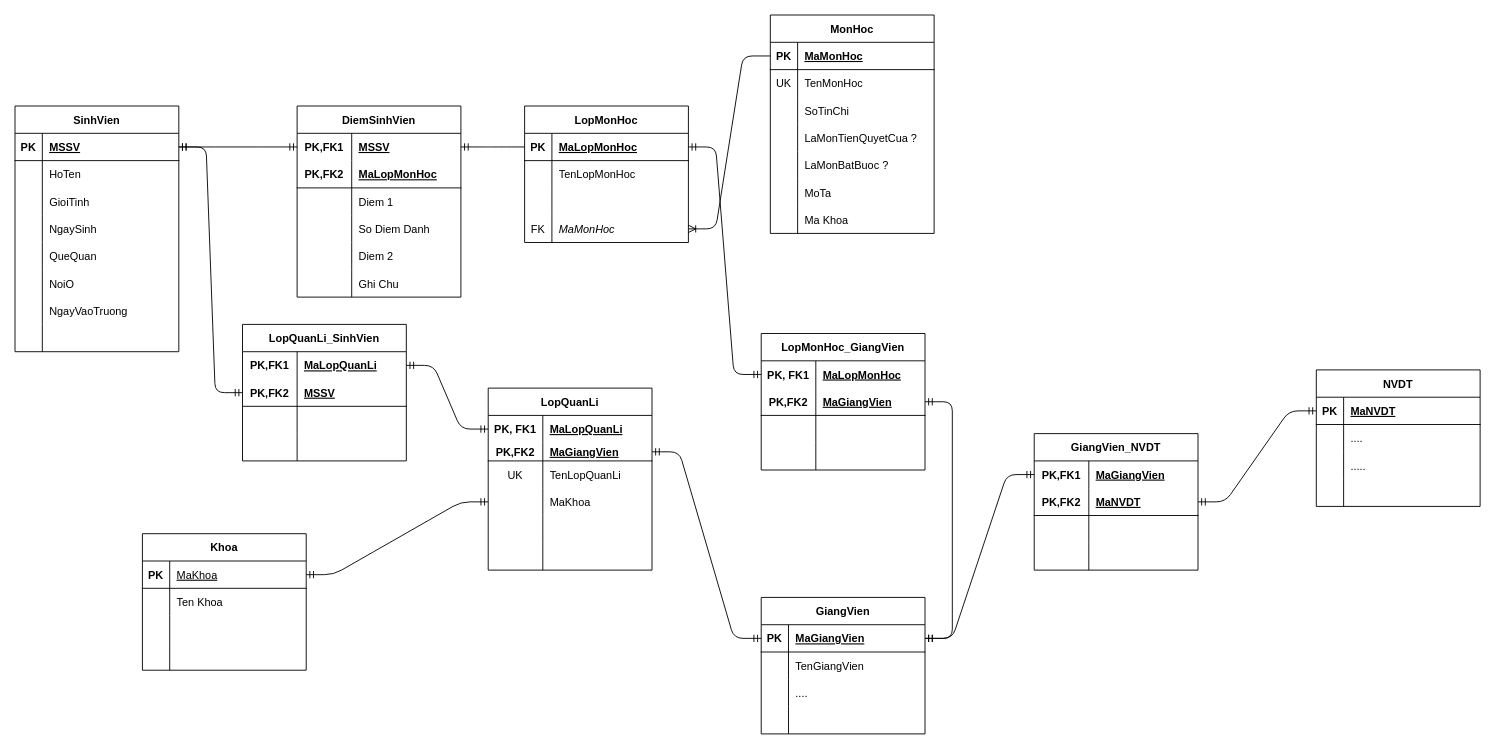
This is bảng_duy_ver2.drawio from duyhelloworld/project-oop, a draw.io file, before an edit. Source tidied: cells renumbered, new cells numbered last; positions are measured from the earlier drawing's top-left corner, leaving out a move shared by most shapes. Both pictures are drawn from the tidied source at 91%, with x=0, y=0 at pixel (15, 15).
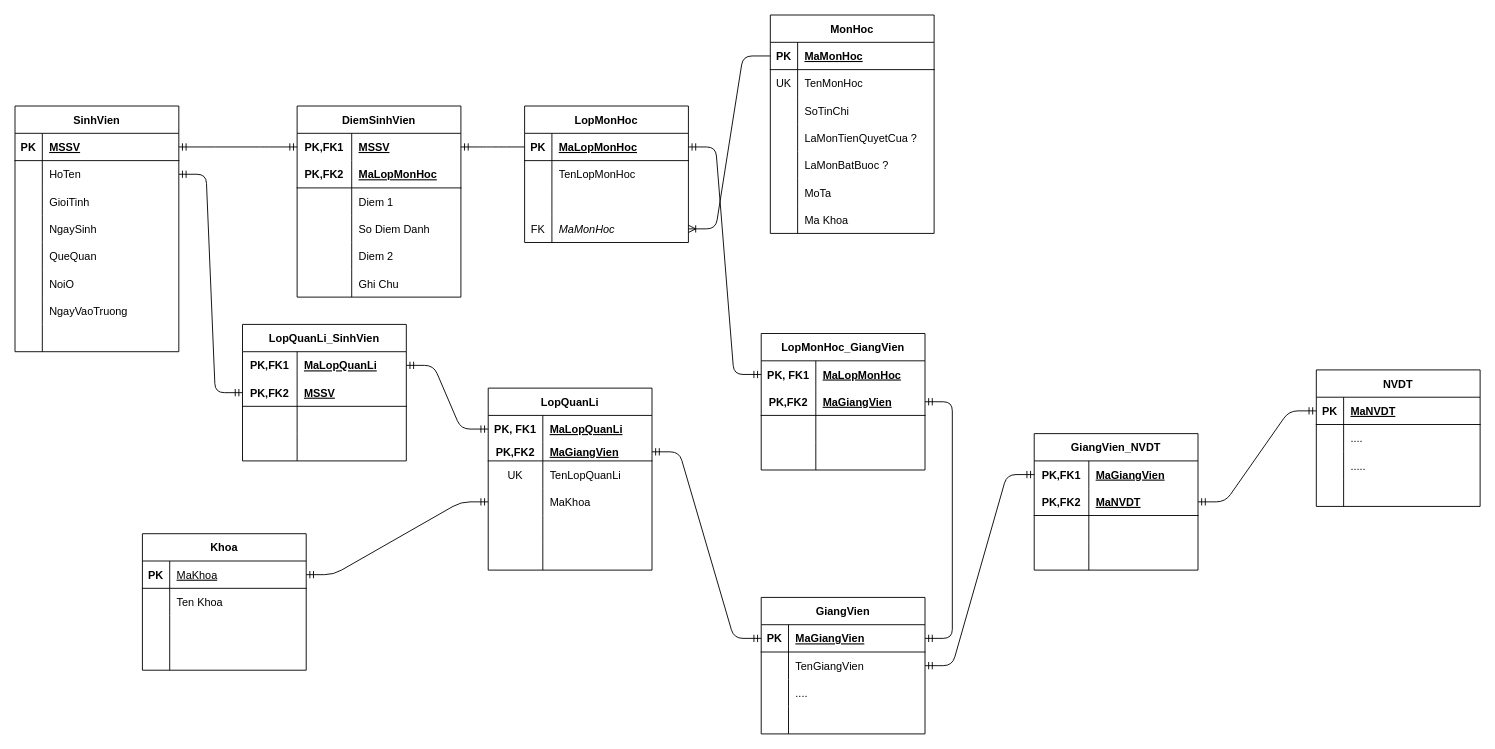
The same page after the edit.

The change refers to these unchanged cells:
```xml
<mxCell id="3" style="shape=tableRow;horizontal=0;startSize=0;swimlaneHead=0;swimlaneBody=0;fillColor=none;points=[[0,0.5],[1,0.5]];portConstraint=eastwest;top=0;left=0;right=0;bottom=1;" parent="2" vertex="1">
  <mxGeometry y="30" width="180" height="30" as="geometry" />
</mxCell>
<mxCell id="6" style="shape=tableRow;horizontal=0;startSize=0;swimlaneHead=0;swimlaneBody=0;fillColor=none;points=[[0,0.5],[1,0.5]];portConstraint=eastwest;top=0;left=0;right=0;bottom=0;" parent="2" vertex="1">
  <mxGeometry y="60" width="180" height="30" as="geometry" />
</mxCell>
<mxCell id="85" style="shape=tableRow;horizontal=0;startSize=0;swimlaneHead=0;swimlaneBody=0;fillColor=none;points=[[0,0.5],[1,0.5]];portConstraint=eastwest;top=0;left=0;right=0;bottom=1;" parent="84" vertex="1">
  <mxGeometry y="30" width="180" height="30" as="geometry" />
</mxCell>
<mxCell id="88" style="shape=tableRow;horizontal=0;startSize=0;swimlaneHead=0;swimlaneBody=0;fillColor=none;points=[[0,0.5],[1,0.5]];portConstraint=eastwest;top=0;left=0;right=0;bottom=0;" parent="84" vertex="1">
  <mxGeometry y="60" width="180" height="30" as="geometry" />
</mxCell>
<mxCell id="101" style="shape=tableRow;horizontal=0;startSize=0;swimlaneHead=0;swimlaneBody=0;fillColor=none;points=[[0,0.5],[1,0.5]];portConstraint=eastwest;top=0;left=0;right=0;bottom=1;" parent="97" vertex="1">
  <mxGeometry y="60" width="180" height="30" as="geometry" />
</mxCell>
<mxCell id="114" style="shape=tableRow;horizontal=0;startSize=0;swimlaneHead=0;swimlaneBody=0;fillColor=none;points=[[0,0.5],[1,0.5]];portConstraint=eastwest;top=0;left=0;right=0;bottom=0;" parent="113" vertex="1">
  <mxGeometry y="30" width="180" height="30" as="geometry" />
</mxCell>
```

Change to the diagram source:
```diff
@@
-    <mxCell id="110" style="edgeStyle=entityRelationEdgeStyle;fontSize=12;endArrow=ERmandOne;startArrow=ERmandOne;" parent="1" edge="1" source="3" target="101">
+    <mxCell id="110" style="edgeStyle=entityRelationEdgeStyle;fontSize=12;endArrow=ERmandOne;startArrow=ERmandOne;exitX=1;exitY=0.5;exitDx=0;exitDy=0;" parent="1" edge="1" source="6" target="101">
       <mxGeometry relative="1" as="geometry" />
     </mxCell>
@@
-    <mxCell id="139" style="edgeStyle=entityRelationEdgeStyle;fontSize=12;endArrow=ERmandOne;startArrow=ERmandOne;" parent="1" edge="1" source="85" target="114">
+    <mxCell id="139" style="edgeStyle=entityRelationEdgeStyle;fontSize=12;endArrow=ERmandOne;startArrow=ERmandOne;exitX=1;exitY=0.5;exitDx=0;exitDy=0;" parent="1" edge="1" source="88" target="114">
       <mxGeometry relative="1" as="geometry" />
     </mxCell>
```
